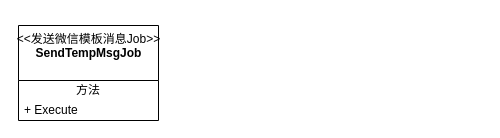
Above: Kemai/线下ERP会员升级奖励类图.drawio in noobwu/diagrams (draw.io), before the change. Source tidied: cells renumbered, new cells numbered last; positions are measured from the earlier drawing's top-left corner, leaving out a move shared by most shapes. Both pictures are drawn from the tidied source at 100%, with x=0, y=0 at pixel (18, 25).
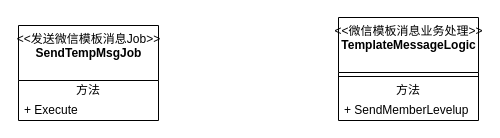
After the change.

Commit message (it also covers changes not shown here):
更新线下ERP会员升级奖励类图.drawio

The edit, as a diff of the source:
```diff
@@
 <mxGraphModel>
   <root>
     <mxCell id="0" />
     <mxCell id="1" parent="0" />
     <mxCell id="2" value="&amp;lt;&amp;lt;发送微信模板消息Job&amp;gt;&amp;gt;&lt;br&gt;&lt;b&gt;SendTempMsgJob&lt;/b&gt;&lt;br&gt;" style="swimlane;fontStyle=0;align=center;verticalAlign=top;horizontal=1;startSize=55;html=1;" parent="1" vertex="1">
       <mxGeometry width="140" height="95" as="geometry" />
     </mxCell>
     <mxCell id="3" value="方法" style="text;html=1;strokeColor=none;fillColor=none;align=center;verticalAlign=middle;spacingLeft=4;spacingRight=4;overflow=hidden;" parent="2" vertex="1">
       <mxGeometry y="55" width="140" height="20" as="geometry" />
     </mxCell>
     <mxCell id="4" value="+ Execute" style="text;html=1;strokeColor=none;fillColor=none;align=left;verticalAlign=middle;spacingLeft=4;spacingRight=4;overflow=hidden;" parent="2" vertex="1">
       <mxGeometry y="75" width="140" height="20" as="geometry" />
     </mxCell>
+    <mxCell id="5" value="&amp;lt;&amp;lt;微信模板消息业务处理&amp;gt;&amp;gt;&lt;br&gt;&lt;b&gt;TemplateMessageLogic&lt;/b&gt;" style="swimlane;fontStyle=0;align=center;verticalAlign=top;horizontal=1;startSize=55;html=1;" parent="1" vertex="1">
+      <mxGeometry x="320" y="-8" width="140" height="103" as="geometry" />
+    </mxCell>
+    <mxCell id="6" style="line;strokeWidth=1;fillColor=none;align=left;verticalAlign=middle;spacingTop=-1;spacingLeft=3;spacingRight=3;labelPosition=right;" parent="5" vertex="1">
+      <mxGeometry y="55" width="140" height="8" as="geometry" />
+    </mxCell>
+    <mxCell id="7" value="方法" style="text;html=1;strokeColor=none;fillColor=none;align=center;verticalAlign=middle;spacingLeft=4;spacingRight=4;overflow=hidden;" parent="5" vertex="1">
+      <mxGeometry y="63" width="140" height="20" as="geometry" />
+    </mxCell>
+    <mxCell id="8" value="+ SendMemberLevelup" style="text;html=1;strokeColor=none;fillColor=none;align=left;verticalAlign=middle;spacingLeft=4;spacingRight=4;overflow=hidden;" parent="5" vertex="1">
+      <mxGeometry y="83" width="140" height="20" as="geometry" />
+    </mxCell>
   </root>
 </mxGraphModel>
```
